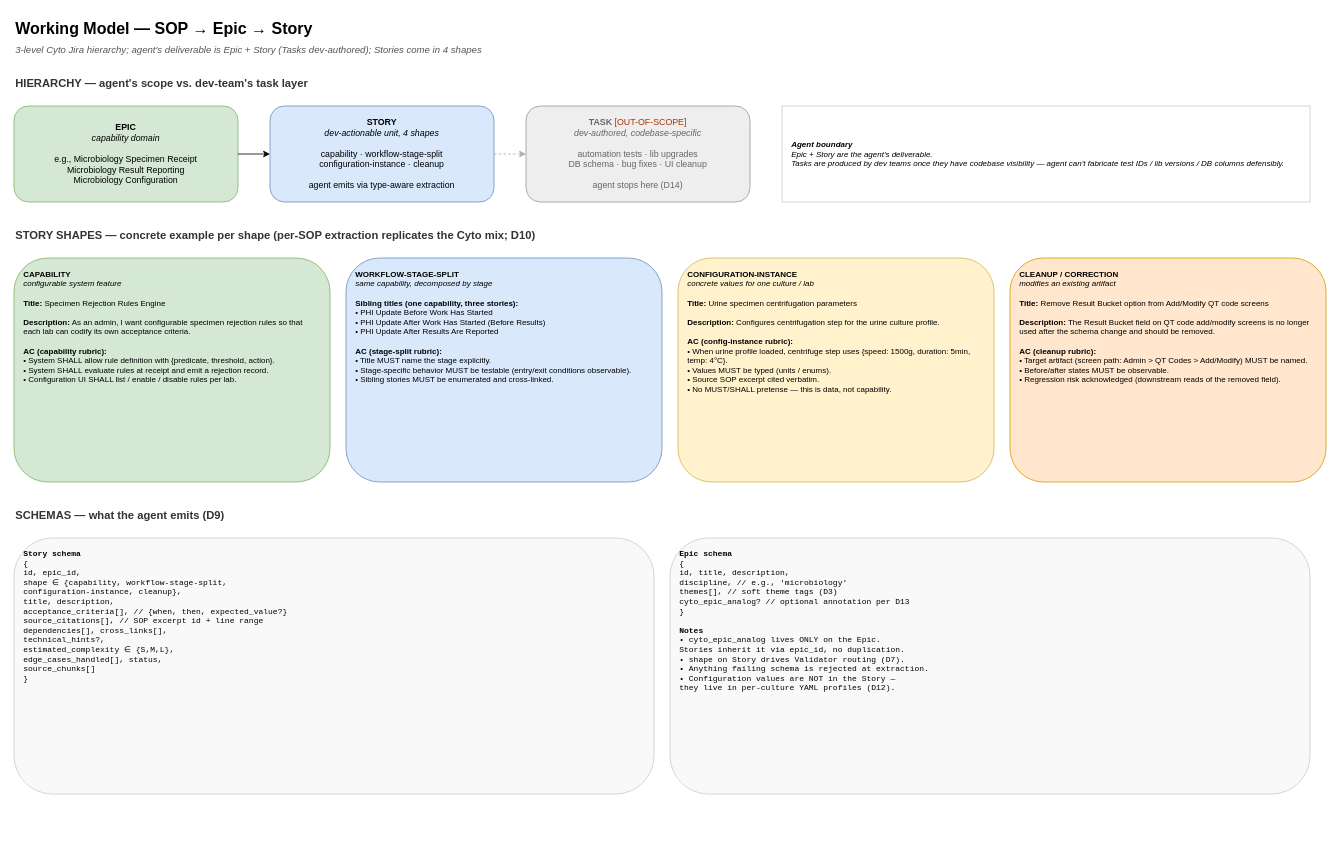
This is page "Working Model" (1 of 13) of microbio_lims_architecture.drawio from Rajneesh-Tiwari/LabReq_agent, a draw.io file, before an edit. Source tidied: cells renumbered, new cells numbered last; positions are measured from the earlier drawing's top-left corner, leaving out a move shared by most shapes. Both pictures are drawn from the tidied source at 80%, with x=0, y=0 at pixel (14, 14).
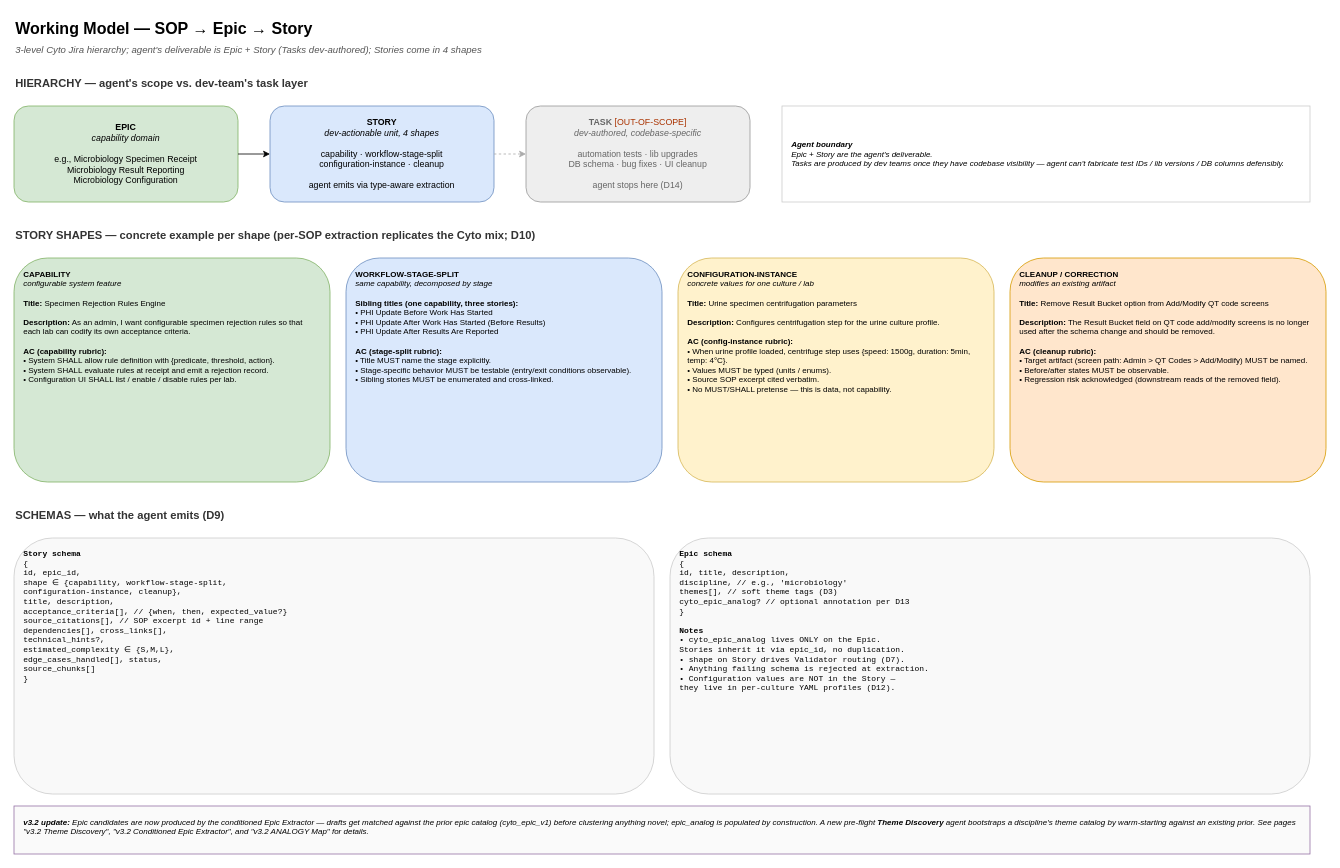
The same diagram, later.

Diff of the diagram source:
```diff
@@
 <mxGraphModel>
   <root>
     <mxCell id="0" />
     <mxCell id="1" parent="0" />
     <mxCell id="2" value="Working Model — SOP → Epic → Story" style="text;html=1;strokeColor=none;fillColor=none;align=left;verticalAlign=middle;whiteSpace=wrap;rounded=0;fontSize=20;fontStyle=1;" parent="1" vertex="1">
       <mxGeometry width="900" height="34" as="geometry" />
     </mxCell>
     <mxCell id="3" value="3-level Cyto Jira hierarchy; agent's deliverable is Epic + Story (Tasks dev-authored); Stories come in 4 shapes" style="text;html=1;strokeColor=none;fillColor=none;align=left;verticalAlign=middle;whiteSpace=wrap;rounded=0;fontSize=12;fontStyle=2;fontColor=#555555;" parent="1" vertex="1">
       <mxGeometry y="35" width="1300" height="20" as="geometry" />
     </mxCell>
     <mxCell id="4" value="HIERARCHY — agent's scope vs. dev-team's task layer" style="text;html=1;strokeColor=none;fillColor=none;align=left;verticalAlign=middle;whiteSpace=wrap;rounded=0;fontSize=14;fontStyle=1;fontColor=#333333;" parent="1" vertex="1">
       <mxGeometry y="75" width="900" height="24" as="geometry" />
     </mxCell>
     <mxCell id="5" value="&lt;b&gt;EPIC&lt;/b&gt;&#10;&lt;i&gt;capability domain&lt;/i&gt;&#10;&#10;e.g., Microbiology Specimen Receipt&#10;Microbiology Result Reporting&#10;Microbiology Configuration" style="rounded=1;whiteSpace=wrap;html=1;fillColor=#d5e8d4;strokeColor=#82b366;fontSize=11;align=center;verticalAlign=middle;spacingLeft=10;spacingRight=10;" parent="1" vertex="1">
       <mxGeometry y="115" width="280" height="120" as="geometry" />
     </mxCell>
     <mxCell id="6" value="&lt;b&gt;STORY&lt;/b&gt;&#10;&lt;i&gt;dev-actionable unit, 4 shapes&lt;/i&gt;&#10;&#10;capability · workflow-stage-split&#10;configuration-instance · cleanup&#10;&#10;agent emits via type-aware extraction" style="rounded=1;whiteSpace=wrap;html=1;fillColor=#dae8fc;strokeColor=#6c8ebf;fontSize=11;align=center;verticalAlign=middle;spacingLeft=10;spacingRight=10;" parent="1" vertex="1">
       <mxGeometry x="320" y="115" width="280" height="120" as="geometry" />
     </mxCell>
     <mxCell id="7" value="&lt;b&gt;TASK&lt;/b&gt; &lt;font color=&quot;#aa3300&quot;&gt;[OUT-OF-SCOPE]&lt;/font&gt;&#10;&lt;i&gt;dev-authored, codebase-specific&lt;/i&gt;&#10;&#10;automation tests · lib upgrades&#10;DB schema · bug fixes · UI cleanup&#10;&#10;agent stops here (D14)" style="rounded=1;whiteSpace=wrap;html=1;fillColor=#eeeeee;strokeColor=#999999;fontSize=11;align=center;verticalAlign=middle;spacingLeft=10;spacingRight=10;fontColor=#666666;" parent="1" vertex="1">
       <mxGeometry x="640" y="115" width="280" height="120" as="geometry" />
     </mxCell>
     <mxCell id="8" style="edgeStyle=orthogonalEdgeStyle;rounded=0;jettySize=auto;html=1;exitX=1;exitY=0.5;exitDx=0;exitDy=0;entryX=0;entryY=0.5;entryDx=0;entryDy=0;endArrow=classic;endFill=1;" parent="1" edge="1" source="5" target="6">
       <mxGeometry relative="1" as="geometry" />
     </mxCell>
     <mxCell id="9" style="edgeStyle=orthogonalEdgeStyle;rounded=0;jettySize=auto;html=1;exitX=1;exitY=0.5;exitDx=0;exitDy=0;entryX=0;entryY=0.5;entryDx=0;entryDy=0;endArrow=classic;endFill=1;dashed=1;strokeColor=#aaaaaa;" parent="1" edge="1" source="6" target="7">
       <mxGeometry relative="1" as="geometry" />
     </mxCell>
     <mxCell id="10" value="&lt;b&gt;Agent boundary&lt;/b&gt;&#10;Epic + Story are the agent's deliverable.&#10;Tasks are produced by dev teams once they have codebase visibility — agent can't fabricate test IDs / lib versions / DB columns defensibly." style="rounded=0;whiteSpace=wrap;html=1;fillColor=#ffffff;strokeColor=#cccccc;fontSize=10;align=left;verticalAlign=middle;fontStyle=2;spacingLeft=10;spacingRight=10;" parent="1" vertex="1">
       <mxGeometry x="960" y="115" width="660" height="120" as="geometry" />
     </mxCell>
     <mxCell id="11" value="STORY SHAPES — concrete example per shape (per-SOP extraction replicates the Cyto mix; D10)" style="text;html=1;strokeColor=none;fillColor=none;align=left;verticalAlign=middle;whiteSpace=wrap;rounded=0;fontSize=14;fontStyle=1;fontColor=#333333;" parent="1" vertex="1">
       <mxGeometry y="265" width="1300" height="24" as="geometry" />
     </mxCell>
     <mxCell id="12" value="&lt;b&gt;CAPABILITY&lt;/b&gt;&#10;&lt;i&gt;configurable system feature&lt;/i&gt;&#10;&#10;&lt;b&gt;Title:&lt;/b&gt; Specimen Rejection Rules Engine&#10;&#10;&lt;b&gt;Description:&lt;/b&gt; As an admin, I want configurable specimen rejection rules so that each lab can codify its own acceptance criteria.&#10;&#10;&lt;b&gt;AC (capability rubric):&lt;/b&gt;&#10;• System SHALL allow rule definition with {predicate, threshold, action}.&#10;• System SHALL evaluate rules at receipt and emit a rejection record.&#10;• Configuration UI SHALL list / enable / disable rules per lab." style="rounded=1;whiteSpace=wrap;html=1;fillColor=#d5e8d4;strokeColor=#82b366;fontSize=10;align=left;verticalAlign=top;spacingLeft=10;spacingTop=8;spacingRight=10;" parent="1" vertex="1">
       <mxGeometry y="305" width="395" height="280" as="geometry" />
     </mxCell>
     <mxCell id="13" value="&lt;b&gt;WORKFLOW-STAGE-SPLIT&lt;/b&gt;&#10;&lt;i&gt;same capability, decomposed by stage&lt;/i&gt;&#10;&#10;&lt;b&gt;Sibling titles (one capability, three stories):&lt;/b&gt;&#10;• PHI Update Before Work Has Started&#10;• PHI Update After Work Has Started (Before Results)&#10;• PHI Update After Results Are Reported&#10;&#10;&lt;b&gt;AC (stage-split rubric):&lt;/b&gt;&#10;• Title MUST name the stage explicitly.&#10;• Stage-specific behavior MUST be testable (entry/exit conditions observable).&#10;• Sibling stories MUST be enumerated and cross-linked." style="rounded=1;whiteSpace=wrap;html=1;fillColor=#dae8fc;strokeColor=#6c8ebf;fontSize=10;align=left;verticalAlign=top;spacingLeft=10;spacingTop=8;spacingRight=10;" parent="1" vertex="1">
       <mxGeometry x="415" y="305" width="395" height="280" as="geometry" />
     </mxCell>
     <mxCell id="14" value="&lt;b&gt;CONFIGURATION-INSTANCE&lt;/b&gt;&#10;&lt;i&gt;concrete values for one culture / lab&lt;/i&gt;&#10;&#10;&lt;b&gt;Title:&lt;/b&gt; Urine specimen centrifugation parameters&#10;&#10;&lt;b&gt;Description:&lt;/b&gt; Configures centrifugation step for the urine culture profile.&#10;&#10;&lt;b&gt;AC (config-instance rubric):&lt;/b&gt;&#10;• When urine profile loaded, centrifuge step uses {speed: 1500g, duration: 5min, temp: 4°C}.&#10;• Values MUST be typed (units / enums).&#10;• Source SOP excerpt cited verbatim.&#10;• No MUST/SHALL pretense — this is data, not capability." style="rounded=1;whiteSpace=wrap;html=1;fillColor=#fff2cc;strokeColor=#d6b656;fontSize=10;align=left;verticalAlign=top;spacingLeft=10;spacingTop=8;spacingRight=10;" parent="1" vertex="1">
       <mxGeometry x="830" y="305" width="395" height="280" as="geometry" />
     </mxCell>
     <mxCell id="15" value="&lt;b&gt;CLEANUP / CORRECTION&lt;/b&gt;&#10;&lt;i&gt;modifies an existing artifact&lt;/i&gt;&#10;&#10;&lt;b&gt;Title:&lt;/b&gt; Remove Result Bucket option from Add/Modify QT code screens&#10;&#10;&lt;b&gt;Description:&lt;/b&gt; The Result Bucket field on QT code add/modify screens is no longer used after the schema change and should be removed.&#10;&#10;&lt;b&gt;AC (cleanup rubric):&lt;/b&gt;&#10;• Target artifact (screen path: Admin &gt; QT Codes &gt; Add/Modify) MUST be named.&#10;• Before/after states MUST be observable.&#10;• Regression risk acknowledged (downstream reads of the removed field)." style="rounded=1;whiteSpace=wrap;html=1;fillColor=#ffe6cc;strokeColor=#d79b00;fontSize=10;align=left;verticalAlign=top;spacingLeft=10;spacingTop=8;spacingRight=10;" parent="1" vertex="1">
       <mxGeometry x="1245" y="305" width="395" height="280" as="geometry" />
     </mxCell>
     <mxCell id="16" value="SCHEMAS — what the agent emits (D9)" style="text;html=1;strokeColor=none;fillColor=none;align=left;verticalAlign=middle;whiteSpace=wrap;rounded=0;fontSize=14;fontStyle=1;fontColor=#333333;" parent="1" vertex="1">
       <mxGeometry y="615" width="1200" height="24" as="geometry" />
     </mxCell>
     <mxCell id="17" value="&lt;b&gt;Story schema&lt;/b&gt;&#10;{&#10;  id, epic_id,&#10;  shape ∈ {capability, workflow-stage-split,&#10;           configuration-instance, cleanup},&#10;  title, description,&#10;  acceptance_criteria[],   // {when, then, expected_value?}&#10;  source_citations[],      // SOP excerpt id + line range&#10;  dependencies[], cross_links[],&#10;  technical_hints?,&#10;  estimated_complexity ∈ {S,M,L},&#10;  edge_cases_handled[], status,&#10;  source_chunks[]&#10;}" style="rounded=1;whiteSpace=wrap;html=1;fillColor=#f9f9f9;strokeColor=#cccccc;fontSize=10;align=left;verticalAlign=top;spacingLeft=10;spacingTop=8;spacingRight=10;fontFamily=Courier New;" parent="1" vertex="1">
       <mxGeometry y="655" width="800" height="320" as="geometry" />
     </mxCell>
     <mxCell id="18" value="&lt;b&gt;Epic schema&lt;/b&gt;&#10;{&#10;  id, title, description,&#10;  discipline,                  // e.g., 'microbiology'&#10;  themes[],                    // soft theme tags (D3)&#10;  cyto_epic_analog?            // optional annotation per D13&#10;}&#10;&#10;&lt;b&gt;Notes&lt;/b&gt;&#10;• cyto_epic_analog lives ONLY on the Epic.&#10;  Stories inherit it via epic_id, no duplication.&#10;• shape on Story drives Validator routing (D7).&#10;• Anything failing schema is rejected at extraction.&#10;• Configuration values are NOT in the Story —&#10;  they live in per-culture YAML profiles (D12)." style="rounded=1;whiteSpace=wrap;html=1;fillColor=#f9f9f9;strokeColor=#cccccc;fontSize=10;align=left;verticalAlign=top;spacingLeft=10;spacingTop=8;spacingRight=10;fontFamily=Courier New;" parent="1" vertex="1">
       <mxGeometry x="820" y="655" width="800" height="320" as="geometry" />
     </mxCell>
+    <mxCell id="19" value="&lt;b&gt;v3.2 update:&lt;/b&gt; Epic candidates are now produced by the &lt;i&gt;conditioned&lt;/i&gt; Epic Extractor — drafts get matched against the prior epic catalog (cyto_epic_v1) before clustering anything novel; epic_analog is populated by construction. A new pre-flight &lt;b&gt;Theme Discovery&lt;/b&gt; agent bootstraps a discipline's theme catalog by warm-starting against an existing prior. See pages &quot;v3.2 Theme Discovery&quot;, &quot;v3.2 Conditioned Epic Extractor&quot;, and &quot;v3.2 ANALOGY Map&quot; for details." style="rounded=0;whiteSpace=wrap;html=1;fillColor=#fafafa;strokeColor=#9673a6;fontSize=10;align=left;verticalAlign=top;fontStyle=2;spacingLeft=10;spacingTop=8;spacingRight=10;" parent="1" vertex="1">
+      <mxGeometry y="990" width="1620" height="60" as="geometry" />
+    </mxCell>
   </root>
 </mxGraphModel>
```
